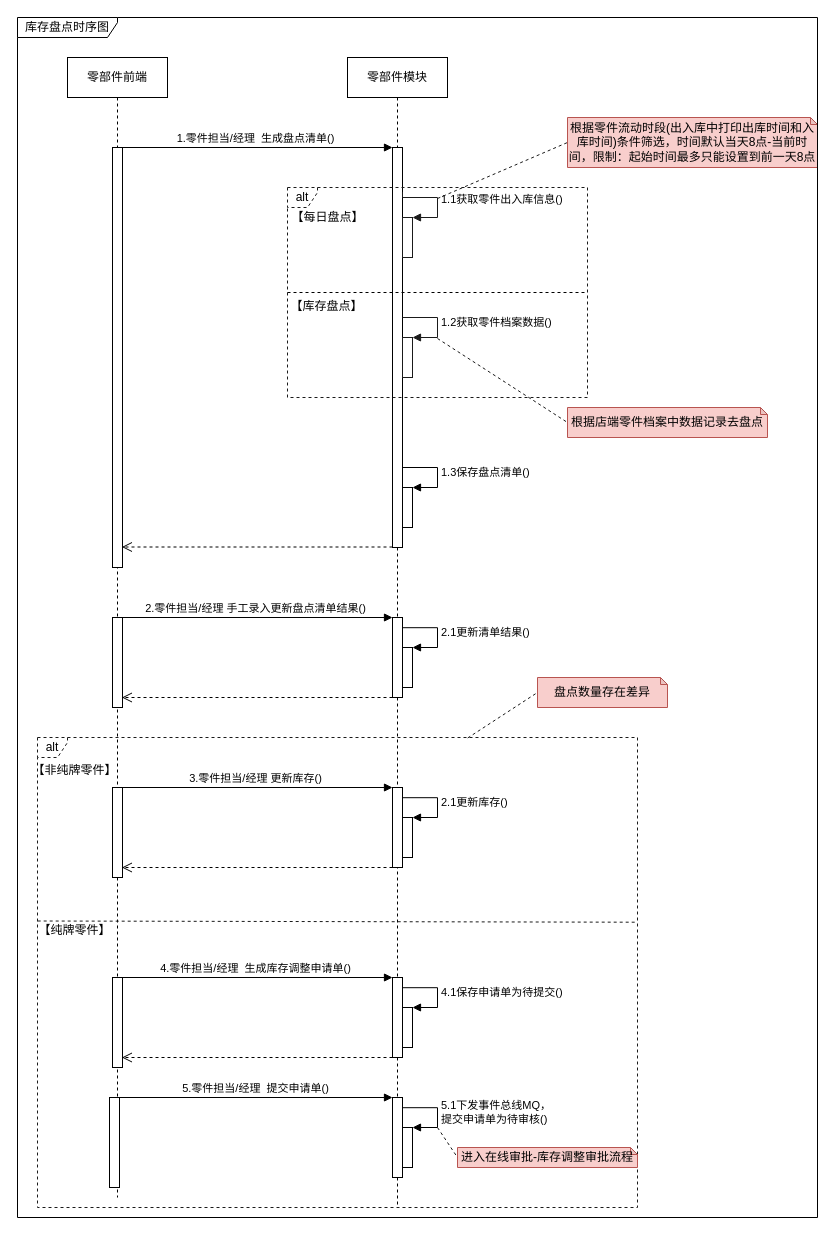
Before: page "生成盘点清单时序图" (1 of 6) of 库存管理-库存盘点.drawio in 1132489442/gitRepository1, a draw.io diagram. Source tidied: cells renumbered, new cells numbered last; positions are measured from the earlier drawing's top-left corner, leaving out a move shared by most shapes. Both pictures are drawn from the tidied source at 100%, with x=0, y=0 at pixel (17, 17).
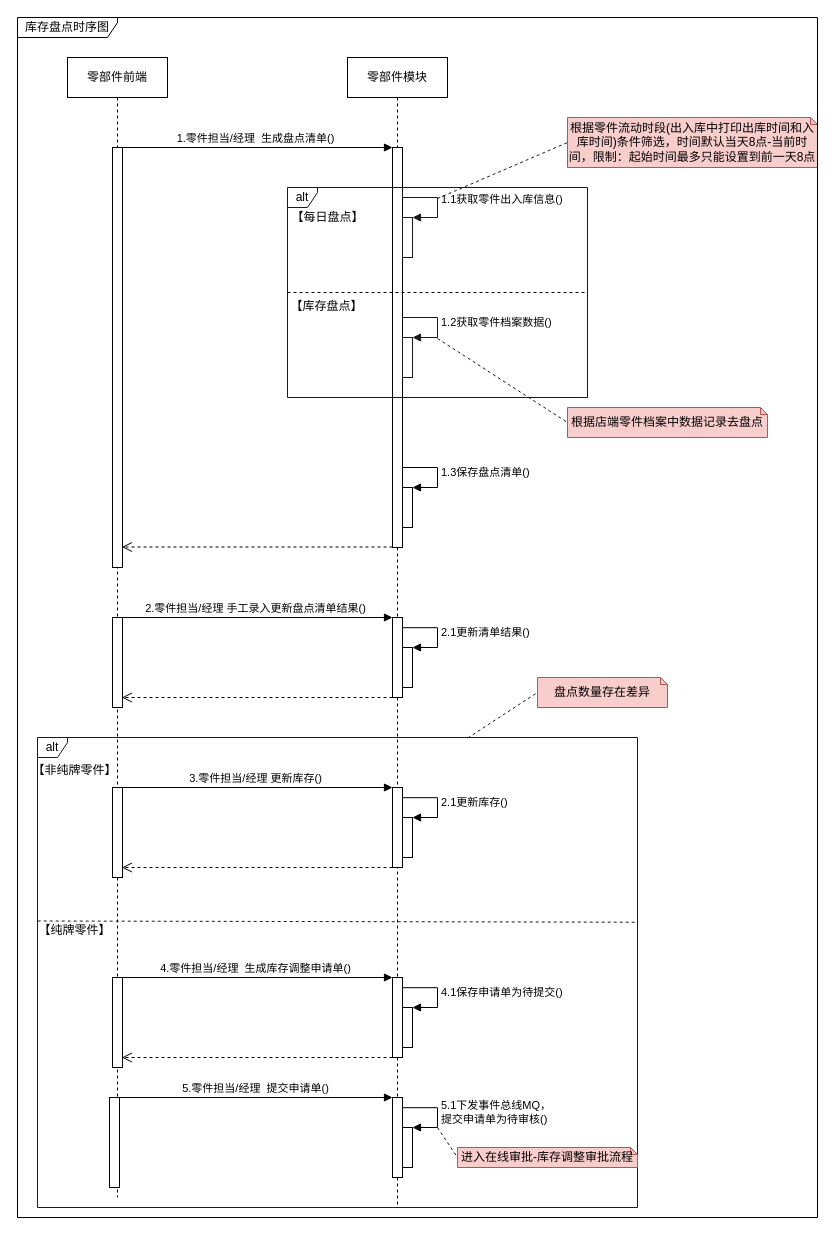
The same page after the edit.

What changed in the source:
```diff
@@
-    <mxCell id="23" value="alt" style="shape=umlFrame;whiteSpace=wrap;html=1;strokeColor=#1A1A1A;fillColor=#FFFFFF;width=30;height=20;dashed=1;" parent="1" vertex="1">
+    <mxCell id="23" value="alt" style="shape=umlFrame;whiteSpace=wrap;html=1;strokeColor=#1A1A1A;fillColor=#FFFFFF;width=30;height=20;" parent="1" vertex="1">
       <mxGeometry x="270" y="170" width="300" height="210" as="geometry" />
     </mxCell>
@@
-    <mxCell id="46" value="alt" style="shape=umlFrame;whiteSpace=wrap;html=1;strokeColor=#1A1A1A;fillColor=#FFFFFF;width=30;height=20;dashed=1;" parent="1" vertex="1">
+    <mxCell id="46" value="alt" style="shape=umlFrame;whiteSpace=wrap;html=1;strokeColor=#1A1A1A;fillColor=#FFFFFF;width=30;height=20;" parent="1" vertex="1">
       <mxGeometry x="20" y="720" width="600" height="470" as="geometry" />
     </mxCell>
```
